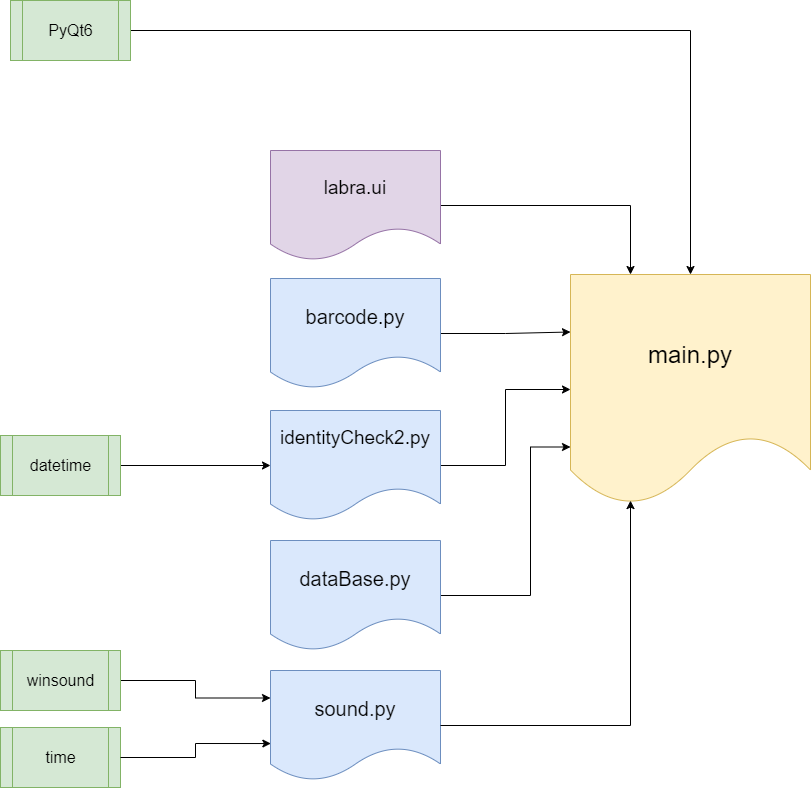
The draw.io diagram Docs/Pictures/Riippuvuudet.drawio.png in VilleSysinoro/PythonYmparisto, before a commit. Source tidied: cells renumbered, new cells last; positions are measured from the earlier drawing's top-left corner, leaving out a move shared by most shapes. Source of this version:
```xml
<mxGraphModel>
  <root>
    <mxCell id="0" />
    <mxCell id="1" parent="0" />
    <mxCell id="2" value="&lt;font style=&quot;font-size: 24px;&quot;&gt;main.py&lt;/font&gt;" style="shape=document;whiteSpace=wrap;html=1;boundedLbl=1;fillColor=#fff2cc;strokeColor=#d6b656;" parent="1" vertex="1">
      <mxGeometry x="570" y="274" width="240" height="230" as="geometry" />
    </mxCell>
    <mxCell id="3" style="edgeStyle=orthogonalEdgeStyle;rounded=0;jettySize=auto;html=1;entryX=0;entryY=0.25;entryDx=0;entryDy=0;" parent="1" edge="1" source="4" target="2">
      <mxGeometry relative="1" as="geometry" />
    </mxCell>
    <mxCell id="4" value="barcode.py" style="shape=document;whiteSpace=wrap;html=1;boundedLbl=1;fillColor=#dae8fc;strokeColor=#6c8ebf;fontSize=20;" parent="1" vertex="1">
      <mxGeometry x="270" y="278" width="170" height="110" as="geometry" />
    </mxCell>
    <mxCell id="5" style="edgeStyle=orthogonalEdgeStyle;rounded=0;jettySize=auto;html=1;entryX=0;entryY=0.5;entryDx=0;entryDy=0;" parent="1" edge="1" source="6" target="2">
      <mxGeometry relative="1" as="geometry" />
    </mxCell>
    <mxCell id="6" value="&lt;font style=&quot;font-size: 19px;&quot;&gt;identityCheck2.py&lt;/font&gt;&lt;div style=&quot;font-size: 19px;&quot;&gt;&lt;br&gt;&lt;/div&gt;" style="shape=document;whiteSpace=wrap;html=1;boundedLbl=1;fillColor=#dae8fc;strokeColor=#6c8ebf;fontSize=20;" parent="1" vertex="1">
      <mxGeometry x="270" y="410" width="170" height="110" as="geometry" />
    </mxCell>
    <mxCell id="7" style="edgeStyle=orthogonalEdgeStyle;rounded=0;jettySize=auto;html=1;entryX=0.25;entryY=0;entryDx=0;entryDy=0;" parent="1" edge="1" source="8" target="2">
      <mxGeometry relative="1" as="geometry" />
    </mxCell>
    <mxCell id="8" value="&lt;div style=&quot;font-size: 19px;&quot;&gt;labra.ui&lt;/div&gt;" style="shape=document;whiteSpace=wrap;html=1;boundedLbl=1;fillColor=#e1d5e7;strokeColor=#9673a6;fontSize=20;" parent="1" vertex="1">
      <mxGeometry x="270" y="150" width="170" height="110" as="geometry" />
    </mxCell>
    <mxCell id="9" style="edgeStyle=orthogonalEdgeStyle;rounded=0;jettySize=auto;html=1;entryX=0;entryY=0.75;entryDx=0;entryDy=0;" parent="1" edge="1" source="10" target="2">
      <mxGeometry relative="1" as="geometry">
        <Array as="points">
          <mxPoint x="530" y="595" />
          <mxPoint x="530" y="447" />
        </Array>
      </mxGeometry>
    </mxCell>
    <mxCell id="10" value="dataBase.py" style="shape=document;whiteSpace=wrap;html=1;boundedLbl=1;fillColor=#dae8fc;strokeColor=#6c8ebf;fontSize=20;" parent="1" vertex="1">
      <mxGeometry x="270" y="540" width="170" height="110" as="geometry" />
    </mxCell>
    <mxCell id="11" value="sound.py" style="shape=document;whiteSpace=wrap;html=1;boundedLbl=1;fillColor=#dae8fc;strokeColor=#6c8ebf;fontSize=20;" parent="1" vertex="1">
      <mxGeometry x="270" y="670" width="170" height="110" as="geometry" />
    </mxCell>
    <mxCell id="12" style="edgeStyle=orthogonalEdgeStyle;rounded=0;jettySize=auto;html=1;entryX=0.25;entryY=0.983;entryDx=0;entryDy=0;entryPerimeter=0;" parent="1" edge="1" source="11" target="2">
      <mxGeometry relative="1" as="geometry" />
    </mxCell>
    <mxCell id="13" style="edgeStyle=orthogonalEdgeStyle;rounded=0;jettySize=auto;html=1;entryX=0;entryY=0.25;entryDx=0;entryDy=0;" parent="1" edge="1" source="14" target="11">
      <mxGeometry relative="1" as="geometry" />
    </mxCell>
    <mxCell id="14" value="winsound" style="shape=process;whiteSpace=wrap;html=1;backgroundOutline=1;fontSize=16;fillColor=#d5e8d4;strokeColor=#82b366;" parent="1" vertex="1">
      <mxGeometry y="650" width="120" height="60" as="geometry" />
    </mxCell>
    <mxCell id="15" value="time" style="shape=process;whiteSpace=wrap;html=1;backgroundOutline=1;fontSize=16;fillColor=#d5e8d4;strokeColor=#82b366;" parent="1" vertex="1">
      <mxGeometry y="727" width="120" height="60" as="geometry" />
    </mxCell>
    <mxCell id="16" style="edgeStyle=orthogonalEdgeStyle;rounded=0;jettySize=auto;html=1;entryX=0.002;entryY=0.664;entryDx=0;entryDy=0;entryPerimeter=0;" parent="1" edge="1" source="15" target="11">
      <mxGeometry relative="1" as="geometry" />
    </mxCell>
    <mxCell id="17" style="edgeStyle=orthogonalEdgeStyle;rounded=0;jettySize=auto;html=1;entryX=0;entryY=0.5;entryDx=0;entryDy=0;" parent="1" edge="1" source="18" target="6">
      <mxGeometry relative="1" as="geometry" />
    </mxCell>
    <mxCell id="18" value="datetime" style="shape=process;whiteSpace=wrap;html=1;backgroundOutline=1;fontSize=16;fillColor=#d5e8d4;strokeColor=#82b366;" parent="1" vertex="1">
      <mxGeometry y="435" width="120" height="60" as="geometry" />
    </mxCell>
    <mxCell id="19" style="edgeStyle=orthogonalEdgeStyle;rounded=0;jettySize=auto;html=1;entryX=0.5;entryY=0;entryDx=0;entryDy=0;" parent="1" edge="1" source="20" target="2">
      <mxGeometry relative="1" as="geometry" />
    </mxCell>
    <mxCell id="20" value="PyQt6" style="shape=process;whiteSpace=wrap;html=1;backgroundOutline=1;fontSize=16;fillColor=#d5e8d4;strokeColor=#82b366;" parent="1" vertex="1">
      <mxGeometry x="10" width="120" height="60" as="geometry" />
    </mxCell>
  </root>
</mxGraphModel>
```
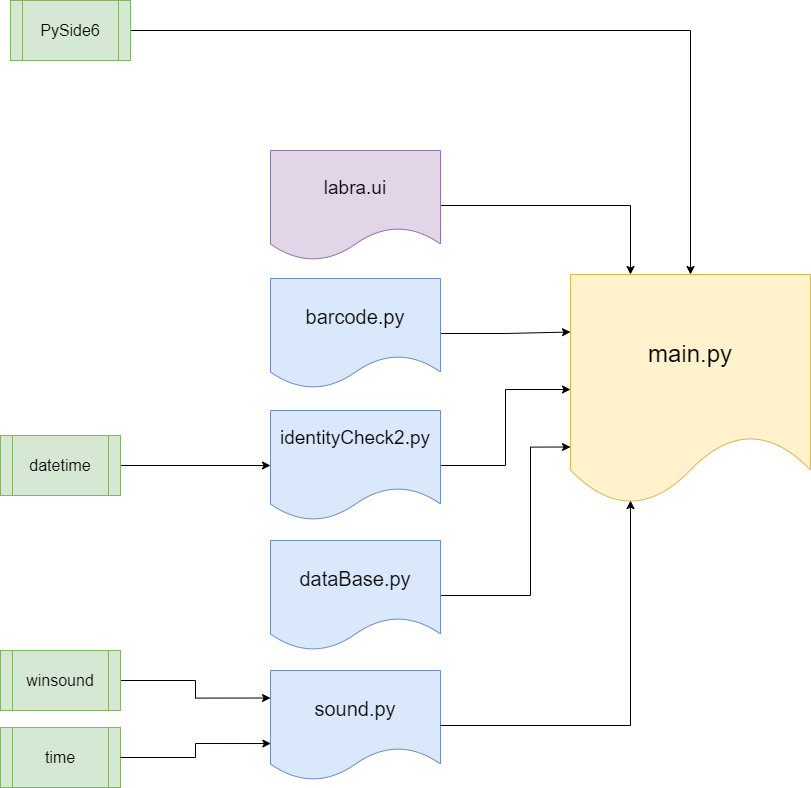
The same diagram one commit later.

What changed in the source:
```diff
@@ -61,7 +61,7 @@
     <mxCell id="19" style="edgeStyle=orthogonalEdgeStyle;rounded=0;jettySize=auto;html=1;entryX=0.5;entryY=0;entryDx=0;entryDy=0;" parent="1" edge="1" source="20" target="2">
       <mxGeometry relative="1" as="geometry" />
     </mxCell>
-    <mxCell id="20" value="PyQt6" style="shape=process;whiteSpace=wrap;html=1;backgroundOutline=1;fontSize=16;fillColor=#d5e8d4;strokeColor=#82b366;" parent="1" vertex="1">
+    <mxCell id="20" value="PySide6" style="shape=process;whiteSpace=wrap;html=1;backgroundOutline=1;fontSize=16;fillColor=#d5e8d4;strokeColor=#82b366;" parent="1" vertex="1">
       <mxGeometry x="10" width="120" height="60" as="geometry" />
     </mxCell>
   </root>
```
